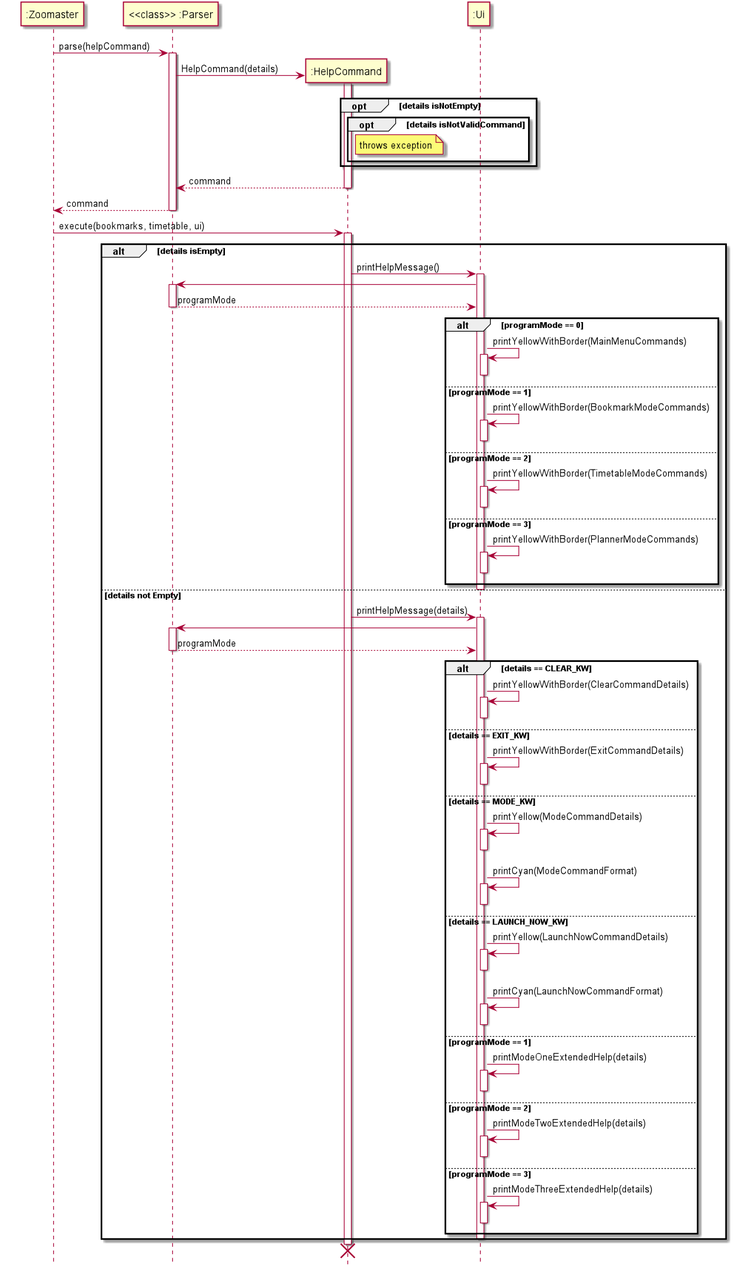
The PlantUML diagram docs/diagrams/loadModuleList/helpCommandOverallDiagram.png in nus-cs2113-AY2021S1/tp, before a commit. Its diagram source:
```plantuml
@startuml
hide footbox
skinparam ParticipantPadding 20
participant ":Zoomaster" as Zoomaster
participant "<<class>> :Parser" as Parser

participant ":HelpCommand" as HelpCommand
participant ":Ui" as Ui

Zoomaster-> Parser : parse(helpCommand)
activate Parser



create HelpCommand
Parser-> HelpCommand : HelpCommand(details)
activate HelpCommand

opt details isNotEmpty
opt details isNotValidCommand
note right of HelpCommand : throws exception
end opt
end opt

HelpCommand--> Parser : command
deactivate HelpCommand
Parser--> Zoomaster : command
deactivate Parser

Zoomaster-> HelpCommand : execute(bookmarks, timetable, ui)
activate HelpCommand

alt details isEmpty

    HelpCommand -> Ui : printHelpMessage()
    activate Ui
    Ui -> Parser :
    activate Parser
    Parser --> Ui : programMode
    deactivate Parser

    alt programMode == 0
    Ui -> Ui : printYellowWithBorder(MainMenuCommands)
        activate Ui
        deactivate Ui

    else programMode == 1
    Ui -> Ui : printYellowWithBorder(BookmarkModeCommands)
            activate Ui
            deactivate Ui

    else programMode == 2
    Ui -> Ui : printYellowWithBorder(TimetableModeCommands)
            activate Ui
            deactivate Ui

    else programMode == 3
    Ui -> Ui : printYellowWithBorder(PlannerModeCommands)
            activate Ui
            deactivate Ui

    end alt
    deactivate Ui



else details not Empty

    HelpCommand -> Ui : printHelpMessage(details)
    activate Ui
    Ui -> Parser :
    activate Parser
    Parser --> Ui : programMode
    deactivate Parser



    alt details == CLEAR_KW
    Ui -> Ui : printYellowWithBorder(ClearCommandDetails)
        activate Ui
        deactivate Ui

    else details == EXIT_KW
    Ui -> Ui : printYellowWithBorder(ExitCommandDetails)
        activate Ui
        deactivate Ui

    else details == MODE_KW
    Ui -> Ui : printYellow(ModeCommandDetails)
        activate Ui
        deactivate Ui
    Ui -> Ui : printCyan(ModeCommandFormat)
        activate Ui
        deactivate Ui

    else details == LAUNCH_NOW_KW
    Ui -> Ui : printYellow(LaunchNowCommandDetails)
        activate Ui
        deactivate Ui
    Ui -> Ui : printCyan(LaunchNowCommandFormat)
        activate Ui
        deactivate Ui

    else programMode == 1
    Ui -> Ui : printModeOneExtendedHelp(details)
            activate Ui
            deactivate Ui

    else programMode == 2
    Ui -> Ui : printModeTwoExtendedHelp(details)
            activate Ui
            deactivate Ui

    else programMode == 3
    Ui -> Ui : printModeThreeExtendedHelp(details)
            activate Ui
            deactivate Ui

    end alt
    deactivate Ui

end alt



destroy HelpCommand

@enduml
```
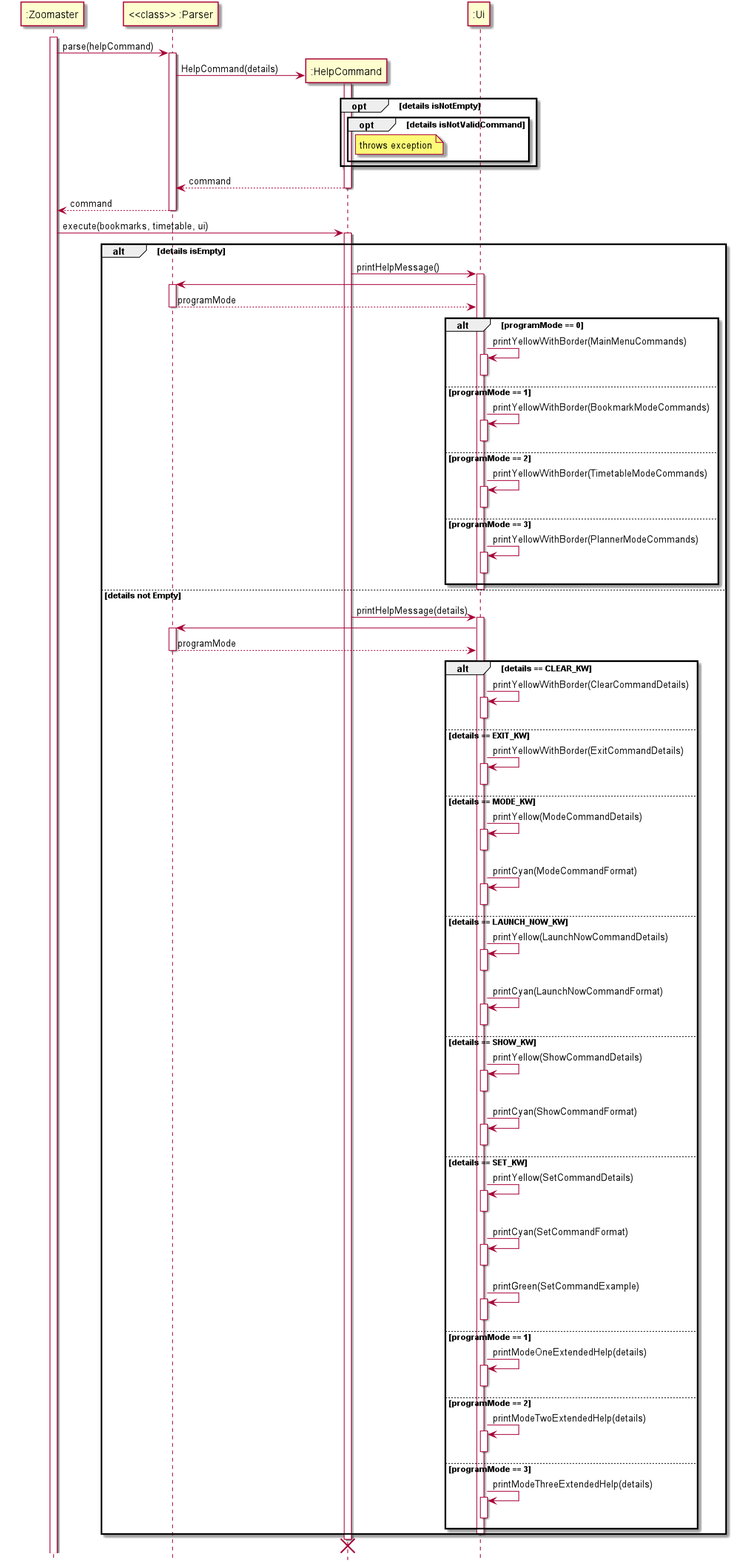
The same diagram one commit later.

Change to the diagram source:
```diff
@@ -6,7 +6,7 @@
 
 participant ":HelpCommand" as HelpCommand
 participant ":Ui" as Ui
-
+activate Zoomaster
 Zoomaster-> Parser : parse(helpCommand)
 activate Parser
 
@@ -101,6 +101,25 @@
         activate Ui
         deactivate Ui
 
+    else details == SHOW_KW
+    Ui -> Ui : printYellow(ShowCommandDetails)
+        activate Ui
+        deactivate Ui
+    Ui -> Ui : printCyan(ShowCommandFormat)
+        activate Ui
+        deactivate Ui
+
+    else details == SET_KW
+    Ui -> Ui : printYellow(SetCommandDetails)
+        activate Ui
+        deactivate Ui
+    Ui -> Ui : printCyan(SetCommandFormat)
+        activate Ui
+        deactivate Ui
+    Ui -> Ui : printGreen(SetCommandExample)
+        activate Ui
+        deactivate Ui
+
     else programMode == 1
     Ui -> Ui : printModeOneExtendedHelp(details)
             activate Ui
```
